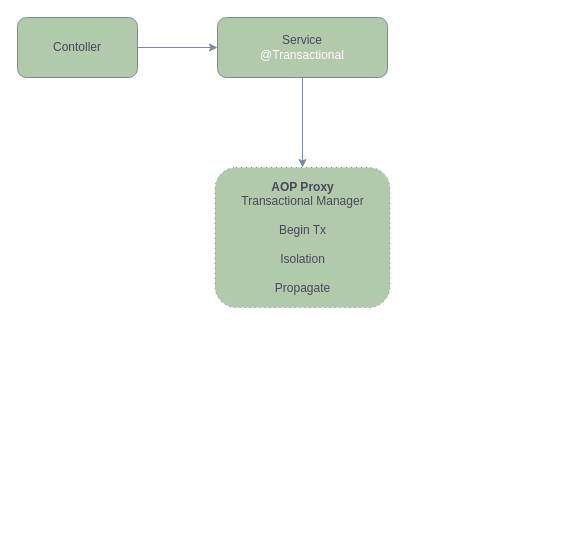
This is docs/Transaction.drawio from m-thirumal/spring-boot-transaction, a draw.io file, before an edit. Source tidied: cells renumbered, new cells numbered last; positions are measured from the earlier drawing's top-left corner, leaving out a move shared by most shapes. Both pictures are drawn from the tidied source at 100%, with x=0, y=0 at pixel (17, 17).
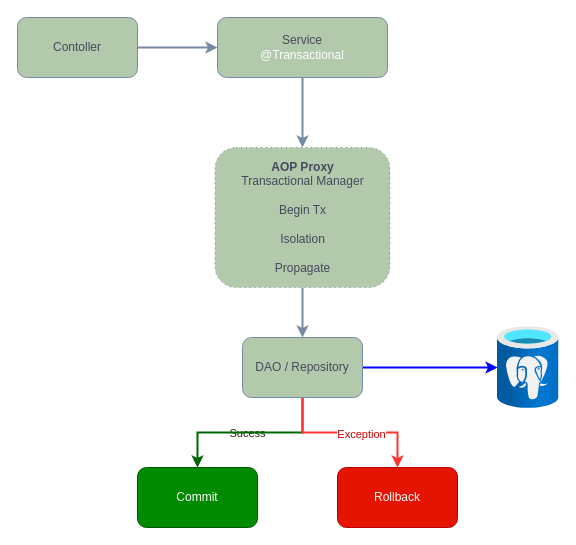
The same diagram, later.

Change to the diagram source:
```diff
@@
 <mxGraphModel>
   <root>
     <mxCell id="0" />
     <mxCell id="1" parent="0" />
-    <mxCell id="2" style="edgeStyle=orthogonalEdgeStyle;rounded=1;jettySize=auto;html=1;labelBackgroundColor=none;strokeColor=#788AA3;fontColor=default;" parent="1" edge="1" source="3" target="5">
+    <mxCell id="2" style="edgeStyle=orthogonalEdgeStyle;rounded=1;jettySize=auto;html=1;labelBackgroundColor=none;strokeColor=#788AA3;fontColor=default;strokeWidth=2;" parent="1" edge="1" source="3" target="5">
       <mxGeometry relative="1" as="geometry" />
     </mxCell>
     <mxCell id="3" value="Contoller" style="rounded=1;whiteSpace=wrap;html=1;labelBackgroundColor=none;fillColor=#B2C9AB;strokeColor=#788AA3;fontColor=#46495D;" parent="1" vertex="1">
       <mxGeometry width="120" height="60" as="geometry" />
     </mxCell>
-    <mxCell id="4" style="edgeStyle=orthogonalEdgeStyle;rounded=0;jettySize=auto;html=1;strokeColor=#788AA3;fontColor=#46495D;fillColor=#B2C9AB;" parent="1" edge="1" source="5" target="6">
+    <mxCell id="4" style="edgeStyle=orthogonalEdgeStyle;rounded=0;jettySize=auto;html=1;strokeColor=#788AA3;fontColor=#46495D;fillColor=#B2C9AB;strokeWidth=2;" parent="1" edge="1" source="5" target="6">
       <mxGeometry relative="1" as="geometry" />
     </mxCell>
     <mxCell id="5" value="&lt;div&gt;Service&lt;/div&gt;&lt;div&gt;&lt;span style=&quot;color: rgb(255, 255, 255);&quot;&gt;@Transactional&lt;/span&gt;&lt;/div&gt;" style="whiteSpace=wrap;html=1;rounded=1;labelBackgroundColor=none;fillColor=#B2C9AB;strokeColor=#788AA3;fontColor=#46495D;" parent="1" vertex="1">
       <mxGeometry x="200" width="170" height="60" as="geometry" />
     </mxCell>
+    <mxCell id="7" style="edgeStyle=orthogonalEdgeStyle;rounded=1;jettySize=auto;html=1;strokeColor=#788AA3;fontColor=#46495D;fillColor=#B2C9AB;curved=0;strokeWidth=2;" parent="1" edge="1" source="6" target="14">
+      <mxGeometry relative="1" as="geometry" />
+    </mxCell>
     <mxCell id="6" value="&lt;div&gt;&lt;b&gt;AOP Proxy&lt;/b&gt;&lt;/div&gt;&lt;div&gt;Transactional Manager&lt;/div&gt;&lt;div&gt;&lt;br&gt;&lt;/div&gt;&amp;nbsp;Begin Tx&amp;nbsp;&lt;br&gt;&lt;div&gt;&amp;nbsp;&lt;/div&gt;&lt;div&gt;Isolation&lt;/div&gt;&lt;div&gt;&amp;nbsp; &amp;nbsp;&lt;/div&gt;&lt;div&gt;Propagate&lt;/div&gt;" style="whiteSpace=wrap;html=1;fillColor=#B2C9AB;strokeColor=#788AA3;fontColor=#46495D;rounded=1;labelBackgroundColor=none;dashed=1;dashPattern=1 4;" parent="1" vertex="1">
-      <mxGeometry x="197.5" y="150" width="175" height="140" as="geometry" />
+      <mxGeometry x="197.5" y="130" width="175" height="140" as="geometry" />
     </mxCell>
+    <mxCell id="8" style="edgeStyle=orthogonalEdgeStyle;rounded=0;jettySize=auto;html=1;strokeColor=light-dark(#0000ff, #6a7a8f);fontColor=#46495D;fillColor=#B2C9AB;strokeWidth=2;" parent="1" edge="1" source="14" target="15">
+      <mxGeometry relative="1" as="geometry" />
+    </mxCell>
+    <mxCell id="9" style="edgeStyle=orthogonalEdgeStyle;rounded=0;jettySize=auto;html=1;strokeColor=#788AA3;fontColor=#46495D;fillColor=#B2C9AB;" parent="1" edge="1" source="14" target="16">
+      <mxGeometry relative="1" as="geometry" />
+    </mxCell>
+    <mxCell id="10" value="Sucess" style="edgeLabel;html=1;align=center;verticalAlign=middle;strokeColor=#788AA3;fontColor=#1A3300;fillColor=#B2C9AB;" parent="9" vertex="1">
+      <mxGeometry x="-0.38" y="1" relative="1" as="geometry">
+        <mxPoint x="-37" y="-1" as="offset" />
+      </mxGeometry>
+    </mxCell>
+    <mxCell id="11" style="edgeStyle=orthogonalEdgeStyle;rounded=0;jettySize=auto;html=1;strokeColor=#006600;fontColor=#46495D;fillColor=#B2C9AB;strokeWidth=2;" parent="1" edge="1" source="14" target="16">
+      <mxGeometry relative="1" as="geometry" />
+    </mxCell>
+    <mxCell id="12" style="edgeStyle=orthogonalEdgeStyle;rounded=0;jettySize=auto;html=1;strokeColor=#FF3333;fontColor=#46495D;fillColor=#B2C9AB;strokeWidth=2;" parent="1" edge="1" source="14" target="17">
+      <mxGeometry relative="1" as="geometry" />
+    </mxCell>
+    <mxCell id="13" value="Exception" style="edgeLabel;html=1;align=center;verticalAlign=middle;strokeColor=#788AA3;fontColor=#CC0000;fillColor=#B2C9AB;" parent="12" vertex="1">
+      <mxGeometry x="0.13" y="-1" relative="1" as="geometry" />
+    </mxCell>
+    <mxCell id="14" value="DAO / Repository" style="whiteSpace=wrap;html=1;fillColor=#B2C9AB;strokeColor=#788AA3;fontColor=#46495D;rounded=1;labelBackgroundColor=none;" parent="1" vertex="1">
+      <mxGeometry x="225" y="320" width="120" height="60" as="geometry" />
+    </mxCell>
+    <mxCell id="15" style="image;html=1;points=[];align=center;fontSize=12;image=img/lib/azure2/databases/Azure_Database_PostgreSQL_Server.svg;strokeColor=#788AA3;fontColor=#46495D;fillColor=#B2C9AB;" parent="1" vertex="1">
+      <mxGeometry x="480" y="309" width="61.5" height="82" as="geometry" />
+    </mxCell>
+    <mxCell id="16" value="Commit" style="whiteSpace=wrap;html=1;fillColor=#008a00;strokeColor=#005700;fontColor=#ffffff;rounded=1;labelBackgroundColor=none;" parent="1" vertex="1">
+      <mxGeometry x="120" y="450" width="120" height="60" as="geometry" />
+    </mxCell>
+    <mxCell id="17" value="Rollback" style="whiteSpace=wrap;html=1;fillColor=#e51400;strokeColor=#B20000;fontColor=#ffffff;rounded=1;labelBackgroundColor=none;" parent="1" vertex="1">
+      <mxGeometry x="320" y="450" width="120" height="60" as="geometry" />
+    </mxCell>
   </root>
 </mxGraphModel>
```
